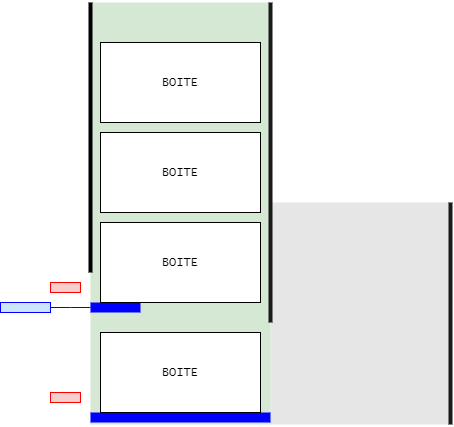
This is installation-cv.drawio.png from joriszuretti/esirem, a draw.io export, as it was before one commit. Source tidied: cells renumbered, new cells last; positions are measured from the earlier drawing's top-left corner, leaving out a move shared by most shapes.
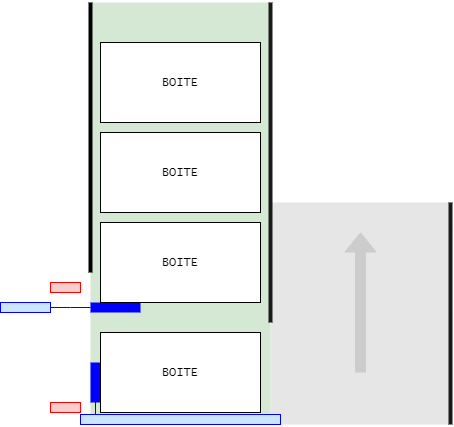
After the commit.

Commit message:
Mettre à jour installation-cv.drawio.png

Change to the diagram source:
```diff
@@ -18,7 +18,7 @@
       <mxGeometry x="90" y="300" width="50" height="10" as="geometry" />
     </mxCell>
     <mxCell id="7" style="rounded=0;whiteSpace=wrap;html=1;fillColor=#f8cecc;strokeColor=#FF0000;" parent="1" vertex="1">
-      <mxGeometry x="50" y="390" width="30" height="10" as="geometry" />
+      <mxGeometry x="50" y="400" width="30" height="10" as="geometry" />
     </mxCell>
     <mxCell id="8" style="rounded=0;whiteSpace=wrap;html=1;fillColor=#f8cecc;strokeColor=#FF0000;" parent="1" vertex="1">
       <mxGeometry x="50" y="280" width="30" height="10" as="geometry" />
@@ -26,12 +26,9 @@
     <mxCell id="9" value="&lt;font face=&quot;Lucida Console&quot;&gt;BOITE&lt;/font&gt;" style="rounded=0;whiteSpace=wrap;html=1;" parent="1" vertex="1">
       <mxGeometry x="100" y="220" width="160" height="80" as="geometry" />
     </mxCell>
-    <mxCell id="10" style="rounded=0;whiteSpace=wrap;html=1;fillColor=#0000FF;strokeColor=none;fillStyle=auto;gradientColor=none;perimeterSpacing=8;" parent="1" vertex="1">
-      <mxGeometry x="90" y="410" width="180" height="10" as="geometry" />
+    <mxCell id="10" style="rounded=0;whiteSpace=wrap;html=1;fillColor=#CCE5FF;strokeColor=#0000FF;fillStyle=auto;gradientColor=none;perimeterSpacing=8;" parent="1" vertex="1">
+      <mxGeometry x="80" y="412" width="200" height="10" as="geometry" />
     </mxCell>
-    <mxCell id="11" value="&lt;font face=&quot;Lucida Console&quot;&gt;BOITE&lt;/font&gt;" style="rounded=0;whiteSpace=wrap;html=1;" parent="1" vertex="1">
-      <mxGeometry x="100" y="330" width="160" height="80" as="geometry" />
-    </mxCell>
     <mxCell id="12" style="endArrow=none;html=1;rounded=0;strokeWidth=4;strokeColor=#000000;entryX=0;entryY=0;entryDx=0;entryDy=0;" parent="1" edge="1" target="3">
       <mxGeometry relative="1" as="geometry">
         <mxPoint x="90" y="270" as="sourcePoint" />
@@ -55,5 +52,22 @@
         <mxPoint x="450" y="200" as="targetPoint" />
       </mxGeometry>
     </mxCell>
+    <mxCell id="17" style="endArrow=classic;html=1;rounded=0;exitX=0.5;exitY=0.766;exitDx=0;exitDy=0;exitPerimeter=0;strokeColor=#CCCCCC;shape=flexArrow;fillColor=#CCCCCC;" parent="1" edge="1" source="2">
+      <mxGeometry relative="1" as="geometry">
+        <mxPoint x="360" y="230" as="targetPoint" />
+      </mxGeometry>
+    </mxCell>
+    <mxCell id="18" style="rounded=0;whiteSpace=wrap;html=1;fillColor=#0000FF;strokeColor=none;fillStyle=auto;gradientColor=none;perimeterSpacing=8;" parent="1" vertex="1">
+      <mxGeometry x="90" y="360" width="10" height="40" as="geometry" />
+    </mxCell>
+    <mxCell id="11" value="&lt;font face=&quot;Lucida Console&quot;&gt;BOITE&lt;/font&gt;" style="rounded=0;whiteSpace=wrap;html=1;" parent="1" vertex="1">
+      <mxGeometry x="100" y="330" width="160" height="80" as="geometry" />
+    </mxCell>
+    <mxCell id="19" style="rounded=0;orthogonalLoop=1;jettySize=auto;html=1;exitX=0.529;exitY=0.815;exitDx=0;exitDy=0;exitPerimeter=0;strokeColor=#0000FF;endArrow=none;endFill=0;" parent="1" edge="1">
+      <mxGeometry relative="1" as="geometry">
+        <mxPoint x="95" y="386.6" as="sourcePoint" />
+        <mxPoint x="95" y="412" as="targetPoint" />
+      </mxGeometry>
+    </mxCell>
   </root>
 </mxGraphModel>
```
